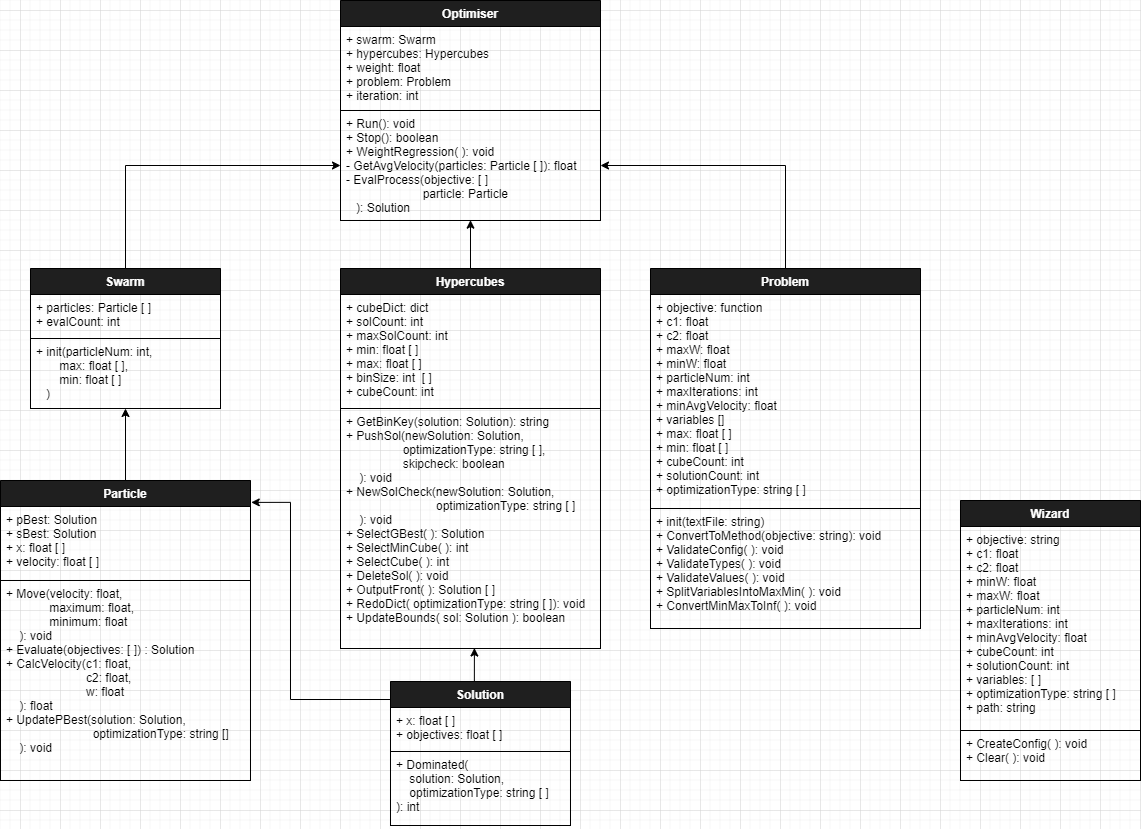
The draw.io diagram docs/classes.png in ryant4333/WIL_KJO, before a commit. Source tidied: cells renumbered, new cells last; positions are measured from the earlier drawing's top-left corner, leaving out a move shared by most shapes.
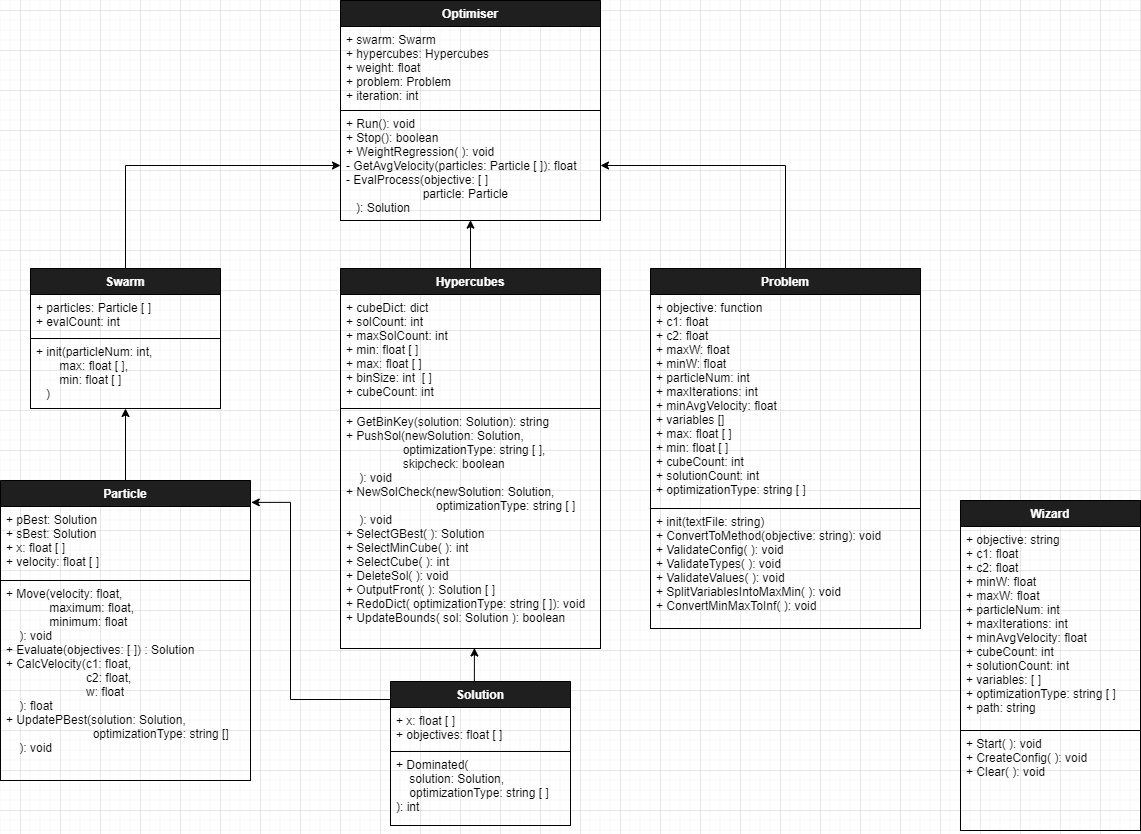
After the change.

Commit message:
Updating UML (tiny tweak)

The edit, as a diff of the source:
```diff
@@ -81,13 +81,13 @@
       <mxGeometry y="70" width="180" height="74" as="geometry" />
     </mxCell>
     <mxCell id="26" value="Wizard" style="swimlane;fontStyle=1;align=center;verticalAlign=top;horizontal=1;startSize=26;strokeColor=#000000;fillColor=#1F1F1F;fontColor=#FFFFFF;" parent="1" vertex="1">
-      <mxGeometry x="960" y="500" width="180" height="280" as="geometry" />
+      <mxGeometry x="960" y="500" width="180" height="330" as="geometry" />
     </mxCell>
     <mxCell id="27" value="+ objective: string&#10;+ c1: float&#10;+ c2: float&#10;+ minW: float&#10;+ maxW: float&#10;+ particleNum: int&#10;+ maxIterations: int&#10;+ minAvgVelocity: float&#10;+ cubeCount: int&#10;+ solutionCount: int&#10;+ variables: [ ]&#10;+ optimizationType: string [ ]&#10;+ path: string" style="text;fillColor=none;align=left;verticalAlign=top;spacingLeft=4;spacingRight=4;overflow=hidden;strokeColor=#000000;fontColor=#000000;" parent="26" vertex="1">
       <mxGeometry y="26" width="180" height="204" as="geometry" />
     </mxCell>
-    <mxCell id="28" value="+ CreateConfig( ): void&#10;+ Clear( ): void&#10;" style="text;fillColor=none;align=left;verticalAlign=top;spacingLeft=4;spacingRight=4;overflow=hidden;strokeColor=#000000;fontColor=#000000;" parent="26" vertex="1">
-      <mxGeometry y="230" width="180" height="50" as="geometry" />
+    <mxCell id="28" value="+ Start( ): void&#10;+ CreateConfig( ): void&#10;+ Clear( ): void&#10;" style="text;fillColor=none;align=left;verticalAlign=top;spacingLeft=4;spacingRight=4;overflow=hidden;strokeColor=#000000;fontColor=#000000;" parent="26" vertex="1">
+      <mxGeometry y="230" width="180" height="100" as="geometry" />
     </mxCell>
   </root>
 </mxGraphModel>
```
